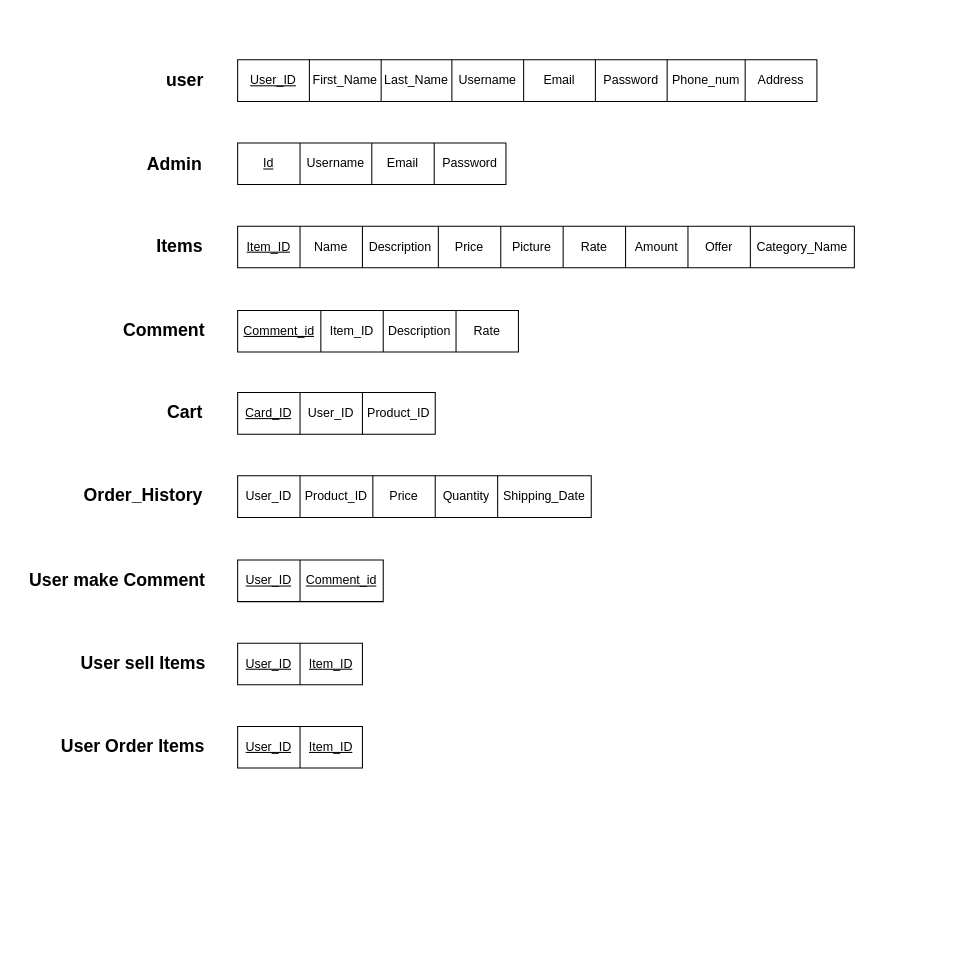
This is digrams/database_Digram.drawio from khaledkaram510/SWE-project, a draw.io file, before an edit. Source tidied: cells renumbered, new cells numbered last; positions are measured from the earlier drawing's top-left corner, leaving out a move shared by most shapes. Both pictures are drawn from the tidied source at 104%, with x=0, y=0 at pixel (18, 59).
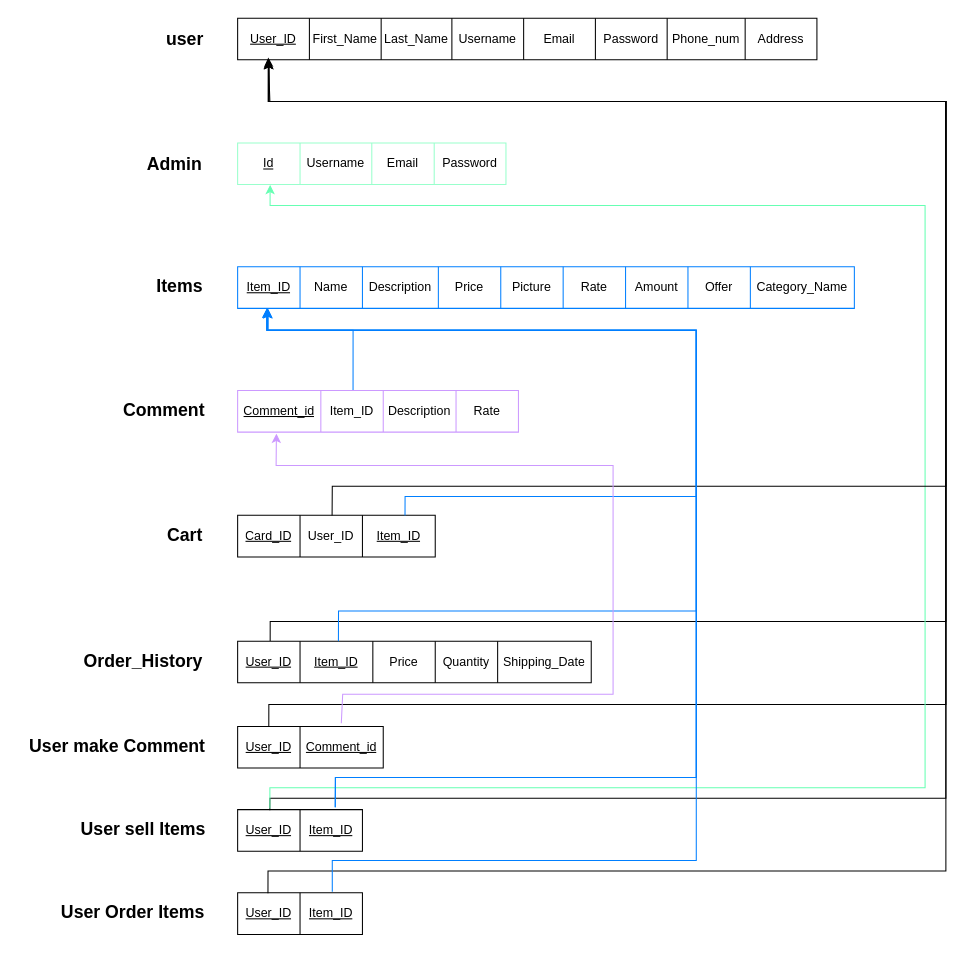
Above is the later version.

Unchanged cells that the change refers to:
```xml
<mxCell id="3" style="shape=tableRow;horizontal=0;startSize=0;swimlaneHead=0;swimlaneBody=0;strokeColor=inherit;top=0;left=0;bottom=0;right=0;fillColor=none;points=[[0,0.5],[1,0.5]];portConstraint=eastwest;" parent="2" vertex="1">
  <mxGeometry width="557" height="40" as="geometry" />
</mxCell>
<mxCell id="19" style="shape=tableRow;horizontal=0;startSize=0;swimlaneHead=0;swimlaneBody=0;strokeColor=inherit;top=0;left=0;bottom=0;right=0;fillColor=none;points=[[0,0.5],[1,0.5]];portConstraint=eastwest;" parent="18" vertex="1">
  <mxGeometry width="593" height="40" as="geometry" />
</mxCell>
<mxCell id="34" style="shape=tableRow;horizontal=0;startSize=0;swimlaneHead=0;swimlaneBody=0;strokeColor=inherit;top=0;left=0;bottom=0;right=0;fillColor=none;points=[[0,0.5],[1,0.5]];portConstraint=eastwest;" parent="33" vertex="1">
  <mxGeometry width="270" height="40" as="geometry" />
</mxCell>
<mxCell id="40" style="shape=tableRow;horizontal=0;startSize=0;swimlaneHead=0;swimlaneBody=0;strokeColor=inherit;top=0;left=0;bottom=0;right=0;fillColor=none;points=[[0,0.5],[1,0.5]];portConstraint=eastwest;" parent="39" vertex="1">
  <mxGeometry width="190" height="40" as="geometry" />
</mxCell>
<mxCell id="46" style="shape=tableRow;horizontal=0;startSize=0;swimlaneHead=0;swimlaneBody=0;strokeColor=inherit;top=0;left=0;bottom=0;right=0;fillColor=none;points=[[0,0.5],[1,0.5]];portConstraint=eastwest;" parent="45" vertex="1">
  <mxGeometry width="340" height="40" as="geometry" />
</mxCell>
<mxCell id="54" style="shape=tableRow;horizontal=0;startSize=0;swimlaneHead=0;swimlaneBody=0;strokeColor=inherit;top=0;left=0;bottom=0;right=0;fillColor=none;points=[[0,0.5],[1,0.5]];portConstraint=eastwest;" parent="53" vertex="1">
  <mxGeometry width="140" height="40" as="geometry" />
</mxCell>
<mxCell id="59" style="shape=tableRow;horizontal=0;startSize=0;swimlaneHead=0;swimlaneBody=0;strokeColor=inherit;top=0;left=0;bottom=0;right=0;fillColor=none;points=[[0,0.5],[1,0.5]];portConstraint=eastwest;" parent="58" vertex="1">
  <mxGeometry width="120" height="40" as="geometry" />
</mxCell>
```

What changed in the source:
```diff
@@
     <mxCell id="2" style="shape=table;startSize=0;childLayout=tableLayout;" parent="1" vertex="1">
-      <mxGeometry x="211" width="557" height="40" as="geometry" />
+      <mxGeometry x="211" y="-40" width="557" height="40" as="geometry" />
     </mxCell>
@@
-    <mxCell id="12" style="shape=table;startSize=0;childLayout=tableLayout;" parent="1" vertex="1">
+    <mxCell id="12" style="shape=table;startSize=0;childLayout=tableLayout;strokeColor=#99FFCC;" parent="1" vertex="1">
       <mxGeometry x="211" y="80" width="258" height="40" as="geometry" />
     </mxCell>
@@
-    <mxCell id="18" style="shape=table;startSize=0;childLayout=tableLayout;" parent="1" vertex="1">
-      <mxGeometry x="211" y="160" width="593" height="40" as="geometry" />
+    <mxCell id="18" style="shape=table;startSize=0;childLayout=tableLayout;strokeColor=#007FFF;" parent="1" vertex="1">
+      <mxGeometry x="211" y="199" width="593" height="40" as="geometry" />
     </mxCell>
@@
     <mxCell id="29" value="&lt;div style=&quot;font-size: 18px;&quot;&gt;&lt;font size=&quot;1&quot;&gt;&lt;b&gt;&lt;font style=&quot;font-size: 17px;&quot;&gt;user&lt;/font&gt;&lt;/b&gt;&lt;/font&gt;&lt;/div&gt;" style="text;html=1;align=center;verticalAlign=middle;strokeColor=none;fillColor=none;" parent="1" vertex="1">
-      <mxGeometry x="130" width="60" height="40" as="geometry" />
+      <mxGeometry x="130" y="-40" width="60" height="40" as="geometry" />
     </mxCell>
     <mxCell id="30" value="&lt;font style=&quot;font-size: 17px;&quot;&gt;&lt;b&gt;Items&lt;/b&gt;&lt;/font&gt;" style="text;html=1;align=center;verticalAlign=middle;strokeColor=none;fillColor=none;" parent="1" vertex="1">
-      <mxGeometry x="120" y="165" width="70" height="30" as="geometry" />
+      <mxGeometry x="120" y="204" width="70" height="30" as="geometry" />
     </mxCell>
@@
     <mxCell id="32" value="&lt;div&gt;&lt;font style=&quot;font-size: 17px;&quot;&gt;&lt;b&gt;Comment&lt;/b&gt;&lt;/font&gt;&lt;/div&gt;" style="text;html=1;align=center;verticalAlign=middle;strokeColor=none;fillColor=none;" parent="1" vertex="1">
-      <mxGeometry x="90" y="246" width="100" height="30" as="geometry" />
+      <mxGeometry x="90" y="323" width="100" height="30" as="geometry" />
     </mxCell>
-    <mxCell id="33" style="shape=table;startSize=0;childLayout=tableLayout;" parent="1" vertex="1">
-      <mxGeometry x="211" y="241" width="270" height="40" as="geometry" />
+    <mxCell id="33" style="shape=table;startSize=0;childLayout=tableLayout;strokeColor=#CC99FF;" parent="1" vertex="1">
+      <mxGeometry x="211" y="318" width="270" height="40" as="geometry" />
     </mxCell>
@@
     <mxCell id="39" style="shape=table;startSize=0;childLayout=tableLayout;" parent="1" vertex="1">
-      <mxGeometry x="211" y="320" width="190" height="40" as="geometry" />
+      <mxGeometry x="211" y="438" width="190" height="40" as="geometry" />
     </mxCell>
@@
-    <mxCell id="43" value="Product_ID" style="shape=partialRectangle;html=1;whiteSpace=wrap;strokeColor=inherit;overflow=hidden;fillColor=none;top=0;left=0;bottom=0;right=0;" parent="40" vertex="1">
+    <mxCell id="43" value="&lt;div&gt;&lt;u&gt;Item_ID&lt;/u&gt;&lt;/div&gt;" style="shape=partialRectangle;html=1;whiteSpace=wrap;strokeColor=inherit;overflow=hidden;fillColor=none;top=0;left=0;bottom=0;right=0;" parent="40" vertex="1">
       <mxGeometry x="120" width="70" height="40" as="geometry" />
     </mxCell>
     <mxCell id="44" value="&lt;div&gt;&lt;font style=&quot;font-size: 17px;&quot;&gt;&lt;b&gt;Cart&lt;/b&gt;&lt;/font&gt;&lt;/div&gt;" style="text;html=1;align=center;verticalAlign=middle;strokeColor=none;fillColor=none;" parent="1" vertex="1">
-      <mxGeometry x="130" y="325" width="60" height="30" as="geometry" />
+      <mxGeometry x="130" y="443" width="60" height="30" as="geometry" />
     </mxCell>
     <mxCell id="45" style="shape=table;startSize=0;childLayout=tableLayout;" parent="1" vertex="1">
-      <mxGeometry x="211" y="400" width="340" height="40" as="geometry" />
+      <mxGeometry x="211" y="559" width="340" height="40" as="geometry" />
     </mxCell>
@@
-    <mxCell id="47" value="&lt;div&gt;User_ID&lt;/div&gt;" style="shape=partialRectangle;html=1;whiteSpace=wrap;strokeColor=inherit;overflow=hidden;fillColor=none;top=0;left=0;bottom=0;right=0;" parent="46" vertex="1">
+    <mxCell id="47" value="&lt;div&gt;&lt;u&gt;User_ID&lt;/u&gt;&lt;/div&gt;" style="shape=partialRectangle;html=1;whiteSpace=wrap;strokeColor=inherit;overflow=hidden;fillColor=none;top=0;left=0;bottom=0;right=0;" parent="46" vertex="1">
       <mxGeometry width="60" height="40" as="geometry" />
     </mxCell>
-    <mxCell id="48" value="&lt;div&gt;Product_ID&lt;/div&gt;" style="shape=partialRectangle;html=1;whiteSpace=wrap;strokeColor=inherit;overflow=hidden;fillColor=none;top=0;left=0;bottom=0;right=0;" parent="46" vertex="1">
+    <mxCell id="48" value="&lt;div&gt;&lt;u&gt;Item_ID&lt;/u&gt;&lt;/div&gt;" style="shape=partialRectangle;html=1;whiteSpace=wrap;strokeColor=inherit;overflow=hidden;fillColor=none;top=0;left=0;bottom=0;right=0;" parent="46" vertex="1">
       <mxGeometry x="60" width="70" height="40" as="geometry" />
     </mxCell>
@@
     <mxCell id="52" value="&lt;div&gt;&lt;font style=&quot;font-size: 17px;&quot;&gt;&lt;b&gt;Order_History&lt;br&gt;&lt;/b&gt;&lt;/font&gt;&lt;/div&gt;" style="text;html=1;align=center;verticalAlign=middle;strokeColor=none;fillColor=none;" parent="1" vertex="1">
-      <mxGeometry x="50" y="405" width="140" height="30" as="geometry" />
+      <mxGeometry x="50" y="564" width="140" height="30" as="geometry" />
     </mxCell>
     <mxCell id="53" style="shape=table;startSize=0;childLayout=tableLayout;" parent="1" vertex="1">
-      <mxGeometry x="211" y="481" width="140" height="40" as="geometry" />
+      <mxGeometry x="211" y="641" width="140" height="40" as="geometry" />
     </mxCell>
@@
     <mxCell id="57" value="&lt;div&gt;&lt;font style=&quot;font-size: 17px;&quot;&gt;&lt;b&gt;User make Comment&lt;br&gt;&lt;/b&gt;&lt;/font&gt;&lt;/div&gt;" style="text;html=1;align=center;verticalAlign=middle;strokeColor=none;fillColor=none;" parent="1" vertex="1">
-      <mxGeometry y="486" width="190" height="30" as="geometry" />
+      <mxGeometry y="646" width="190" height="30" as="geometry" />
     </mxCell>
     <mxCell id="58" style="shape=table;startSize=0;childLayout=tableLayout;" parent="1" vertex="1">
-      <mxGeometry x="211" y="561" width="120" height="40" as="geometry" />
+      <mxGeometry x="211" y="721" width="120" height="40" as="geometry" />
     </mxCell>
@@
     <mxCell id="62" value="&lt;div&gt;&lt;font style=&quot;font-size: 17px;&quot;&gt;&lt;b&gt;User sell Items&lt;br&gt;&lt;/b&gt;&lt;/font&gt;&lt;/div&gt;" style="text;html=1;align=center;verticalAlign=middle;strokeColor=none;fillColor=none;" parent="1" vertex="1">
-      <mxGeometry x="50" y="566" width="140" height="30" as="geometry" />
+      <mxGeometry x="50" y="726" width="140" height="30" as="geometry" />
     </mxCell>
     <mxCell id="63" style="shape=table;startSize=0;childLayout=tableLayout;" parent="1" vertex="1">
-      <mxGeometry x="211" y="641" width="120" height="40" as="geometry" />
+      <mxGeometry x="211" y="801" width="120" height="40" as="geometry" />
     </mxCell>
@@
     <mxCell id="67" value="&lt;div&gt;&lt;font style=&quot;font-size: 17px;&quot;&gt;&lt;b&gt;User Order Items&lt;br&gt;&lt;/b&gt;&lt;/font&gt;&lt;/div&gt;" style="text;html=1;align=center;verticalAlign=middle;strokeColor=none;fillColor=none;" parent="1" vertex="1">
-      <mxGeometry x="30" y="646" width="160" height="30" as="geometry" />
+      <mxGeometry x="30" y="806" width="160" height="30" as="geometry" />
     </mxCell>
+    <mxCell id="68" style="endArrow=classic;html=1;rounded=0;entryX=0.053;entryY=0.995;entryDx=0;entryDy=0;entryPerimeter=0;edgeStyle=orthogonalEdgeStyle;elbow=vertical;exitX=0.243;exitY=0.008;exitDx=0;exitDy=0;exitPerimeter=0;" parent="1" edge="1" source="63" target="3">
+      <mxGeometry relative="1" as="geometry">
+        <Array as="points">
+          <mxPoint x="240" y="780" />
+          <mxPoint x="892" y="780" />
+          <mxPoint x="892" y="40" />
+          <mxPoint x="241" y="40" />
+        </Array>
+      </mxGeometry>
+    </mxCell>
+    <mxCell id="69" style="endArrow=classic;html=1;rounded=0;exitX=0.258;exitY=0.012;exitDx=0;exitDy=0;exitPerimeter=0;entryX=0.054;entryY=1.003;entryDx=0;entryDy=0;entryPerimeter=0;edgeStyle=orthogonalEdgeStyle;elbow=vertical;" parent="1" edge="1" source="59" target="3">
+      <mxGeometry relative="1" as="geometry">
+        <Array as="points">
+          <mxPoint x="242" y="710" />
+          <mxPoint x="892" y="710" />
+          <mxPoint x="892" y="40" />
+          <mxPoint x="241" y="40" />
+        </Array>
+      </mxGeometry>
+    </mxCell>
+    <mxCell id="70" style="endArrow=classic;html=1;rounded=0;entryX=0.054;entryY=1.003;entryDx=0;entryDy=0;entryPerimeter=0;edgeStyle=orthogonalEdgeStyle;elbow=vertical;strokeColor=default;exitX=0.214;exitY=-0.001;exitDx=0;exitDy=0;exitPerimeter=0;" parent="1" edge="1" source="54">
+      <mxGeometry relative="1" as="geometry">
+        <mxPoint x="241" as="targetPoint" />
+        <Array as="points">
+          <mxPoint x="241" y="620" />
+          <mxPoint x="892" y="620" />
+          <mxPoint x="892" y="40" />
+          <mxPoint x="241" y="40" />
+        </Array>
+      </mxGeometry>
+    </mxCell>
+    <mxCell id="71" style="endArrow=classic;html=1;rounded=0;entryX=0.053;entryY=0.996;entryDx=0;entryDy=0;entryPerimeter=0;edgeStyle=orthogonalEdgeStyle;elbow=vertical;strokeColor=default;exitX=0.092;exitY=-0.003;exitDx=0;exitDy=0;exitPerimeter=0;" parent="1" edge="1" source="46" target="3">
+      <mxGeometry relative="1" as="geometry">
+        <Array as="points">
+          <mxPoint x="242" y="540" />
+          <mxPoint x="892" y="540" />
+          <mxPoint x="892" y="40" />
+          <mxPoint x="241" y="40" />
+          <mxPoint x="241" />
+        </Array>
+      </mxGeometry>
+    </mxCell>
+    <mxCell id="72" style="endArrow=classic;html=1;rounded=0;entryX=0.121;entryY=1.007;entryDx=0;entryDy=0;entryPerimeter=0;edgeStyle=orthogonalEdgeStyle;elbow=vertical;strokeColor=#66FFB3;" parent="1" edge="1" target="12">
+      <mxGeometry relative="1" as="geometry">
+        <mxPoint x="242" y="720" as="sourcePoint" />
+        <Array as="points">
+          <mxPoint x="242" y="700" />
+          <mxPoint x="872" y="700" />
+          <mxPoint x="872" y="140" />
+          <mxPoint x="242" y="140" />
+        </Array>
+      </mxGeometry>
+    </mxCell>
+    <mxCell id="73" style="edgeStyle=none;jettySize=auto;html=1;rounded=0;entryX=0.049;entryY=1.015;entryDx=0;entryDy=0;entryPerimeter=0;strokeColor=#007FFF;exitX=0.411;exitY=-0.013;exitDx=0;exitDy=0;exitPerimeter=0;" parent="1" edge="1" source="34" target="19">
+      <mxGeometry relative="1" as="geometry">
+        <Array as="points">
+          <mxPoint x="322" y="260" />
+          <mxPoint x="240" y="260" />
+        </Array>
+      </mxGeometry>
+    </mxCell>
+    <mxCell id="74" style="edgeStyle=none;jettySize=auto;html=1;rounded=0;exitX=0.847;exitY=0.006;exitDx=0;exitDy=0;exitPerimeter=0;strokeColor=#007FFF;" parent="1" edge="1" source="40">
+      <mxGeometry relative="1" as="geometry">
+        <mxPoint x="240" y="239.8" as="targetPoint" />
+        <Array as="points">
+          <mxPoint x="372" y="420" />
+          <mxPoint x="652" y="420" />
+          <mxPoint x="652" y="260" />
+          <mxPoint x="240" y="260" />
+        </Array>
+      </mxGeometry>
+    </mxCell>
+    <mxCell id="75" style="edgeStyle=none;jettySize=auto;html=1;rounded=0;exitX=0.478;exitY=0.003;exitDx=0;exitDy=0;exitPerimeter=0;entryX=0.053;entryY=0.944;entryDx=0;entryDy=0;entryPerimeter=0;" parent="1" edge="1" source="40" target="3">
+      <mxGeometry relative="1" as="geometry">
+        <Array as="points">
+          <mxPoint x="302" y="410" />
+          <mxPoint x="892" y="410" />
+          <mxPoint x="892" y="40" />
+          <mxPoint x="582" y="40" />
+          <mxPoint x="242" y="40" />
+        </Array>
+      </mxGeometry>
+    </mxCell>
+    <mxCell id="76" style="edgeStyle=none;jettySize=auto;html=1;rounded=0;exitX=0.285;exitY=0;exitDx=0;exitDy=0;exitPerimeter=0;entryX=0.049;entryY=1;entryDx=0;entryDy=0;entryPerimeter=0;strokeColor=#007FFF;" parent="1" edge="1" source="46" target="18">
+      <mxGeometry relative="1" as="geometry">
+        <Array as="points">
+          <mxPoint x="308" y="530" />
+          <mxPoint x="652" y="530" />
+          <mxPoint x="652" y="260" />
+          <mxPoint x="240" y="260" />
+        </Array>
+      </mxGeometry>
+    </mxCell>
+    <mxCell id="77" style="edgeStyle=none;jettySize=auto;html=1;rounded=0;exitX=0.712;exitY=-0.079;exitDx=0;exitDy=0;exitPerimeter=0;entryX=0.138;entryY=1.037;entryDx=0;entryDy=0;entryPerimeter=0;strokeColor=#CC99FF;" parent="1" edge="1" source="54" target="34">
+      <mxGeometry relative="1" as="geometry">
+        <Array as="points">
+          <mxPoint x="312" y="610" />
+          <mxPoint x="572" y="610" />
+          <mxPoint x="572" y="390" />
+          <mxPoint x="248" y="390" />
+        </Array>
+      </mxGeometry>
+    </mxCell>
+    <mxCell id="78" style="edgeStyle=none;jettySize=auto;html=1;rounded=0;exitX=0.782;exitY=-0.058;exitDx=0;exitDy=0;exitPerimeter=0;entryX=0.048;entryY=0.999;entryDx=0;entryDy=0;entryPerimeter=0;strokeColor=#007FFF;" parent="1" edge="1" source="59" target="19">
+      <mxGeometry relative="1" as="geometry">
+        <Array as="points">
+          <mxPoint x="305" y="690" />
+          <mxPoint x="652" y="690" />
+          <mxPoint x="652" y="260" />
+          <mxPoint x="239" y="260" />
+        </Array>
+      </mxGeometry>
+    </mxCell>
+    <mxCell id="79" style="edgeStyle=none;jettySize=auto;html=1;rounded=0;exitX=0.782;exitY=-0.058;exitDx=0;exitDy=0;exitPerimeter=0;entryX=0.048;entryY=0.999;entryDx=0;entryDy=0;entryPerimeter=0;strokeColor=#007FFF;" parent="1" edge="1" source="59" target="19">
+      <mxGeometry relative="1" as="geometry">
+        <Array as="points">
+          <mxPoint x="305" y="690" />
+          <mxPoint x="652" y="690" />
+          <mxPoint x="652" y="260" />
+          <mxPoint x="239" y="260" />
+        </Array>
+      </mxGeometry>
+    </mxCell>
+    <mxCell id="80" style="edgeStyle=none;jettySize=auto;html=1;rounded=0;entryX=0.047;entryY=1.008;entryDx=0;entryDy=0;entryPerimeter=0;strokeColor=#007FFF;" parent="1" edge="1" target="19">
+      <mxGeometry relative="1" as="geometry">
+        <mxPoint x="302" y="800" as="sourcePoint" />
+        <Array as="points">
+          <mxPoint x="302" y="770" />
+          <mxPoint x="652" y="770" />
+          <mxPoint x="652" y="260" />
+          <mxPoint x="239" y="260" />
+        </Array>
+      </mxGeometry>
+    </mxCell>
```
